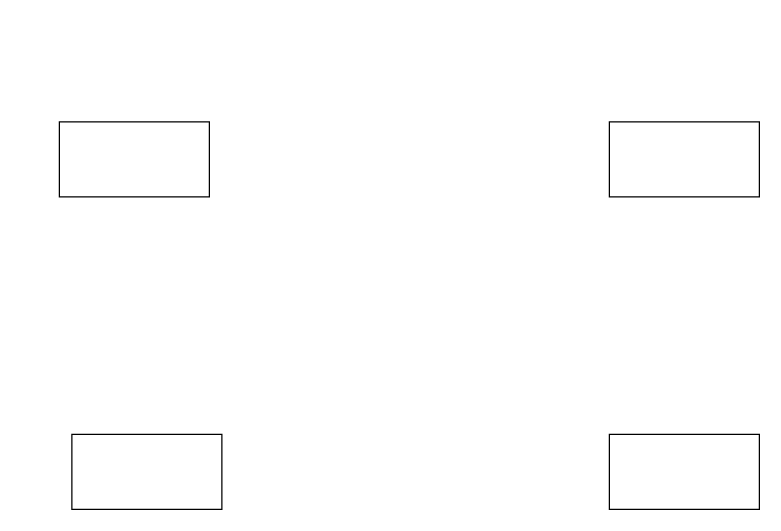
HosamElian/twitter-bot keeps this draw.io diagram as Untitled Diagram.drawio. Above is the earlier version. Source tidied: cells renumbered, new cells numbered last; positions are measured from the earlier drawing's top-left corner, leaving out a move shared by most shapes. Both pictures are drawn from the tidied source at 125%, with x=0, y=0 at pixel (59, 121).
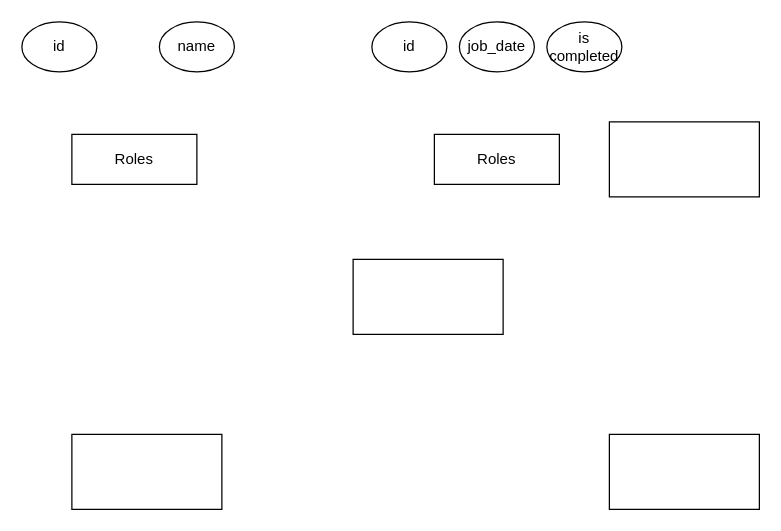
Above is the later version.

The edit, as a diff of the source:
```diff
@@
 <mxGraphModel>
   <root>
     <mxCell id="0" />
     <mxCell id="1" parent="0" />
     <mxCell id="2" style="rounded=0;whiteSpace=wrap;html=1;" parent="1" vertex="1">
       <mxGeometry x="440" y="250" width="120" height="60" as="geometry" />
     </mxCell>
     <mxCell id="3" style="rounded=0;whiteSpace=wrap;html=1;" parent="1" vertex="1">
       <mxGeometry x="440" width="120" height="60" as="geometry" />
     </mxCell>
-    <mxCell id="4" style="rounded=0;whiteSpace=wrap;html=1;" parent="1" vertex="1">
-      <mxGeometry width="120" height="60" as="geometry" />
+    <mxCell id="4" value="Roles" style="rounded=0;whiteSpace=wrap;html=1;" parent="1" vertex="1">
+      <mxGeometry x="10" y="10" width="100" height="40" as="geometry" />
     </mxCell>
     <mxCell id="5" style="rounded=0;whiteSpace=wrap;html=1;" parent="1" vertex="1">
       <mxGeometry x="10" y="250" width="120" height="60" as="geometry" />
     </mxCell>
+    <mxCell id="6" style="rounded=0;whiteSpace=wrap;html=1;" parent="1" vertex="1">
+      <mxGeometry x="235" y="110" width="120" height="60" as="geometry" />
+    </mxCell>
+    <mxCell id="7" value="id" style="ellipse;whiteSpace=wrap;html=1;" parent="1" vertex="1">
+      <mxGeometry x="-30" y="-80" width="60" height="40" as="geometry" />
+    </mxCell>
+    <mxCell id="8" value="name" style="ellipse;whiteSpace=wrap;html=1;" parent="1" vertex="1">
+      <mxGeometry x="80" y="-80" width="60" height="40" as="geometry" />
+    </mxCell>
+    <mxCell id="9" value="is completed" style="ellipse;whiteSpace=wrap;html=1;" parent="1" vertex="1">
+      <mxGeometry x="390" y="-80" width="60" height="40" as="geometry" />
+    </mxCell>
+    <mxCell id="10" value="id" style="ellipse;whiteSpace=wrap;html=1;" parent="1" vertex="1">
+      <mxGeometry x="250" y="-80" width="60" height="40" as="geometry" />
+    </mxCell>
+    <mxCell id="11" value="Roles" style="rounded=0;whiteSpace=wrap;html=1;" parent="1" vertex="1">
+      <mxGeometry x="300" y="10" width="100" height="40" as="geometry" />
+    </mxCell>
+    <mxCell id="12" value="job_date" style="ellipse;whiteSpace=wrap;html=1;" parent="1" vertex="1">
+      <mxGeometry x="320" y="-80" width="60" height="40" as="geometry" />
+    </mxCell>
   </root>
 </mxGraphModel>
```
